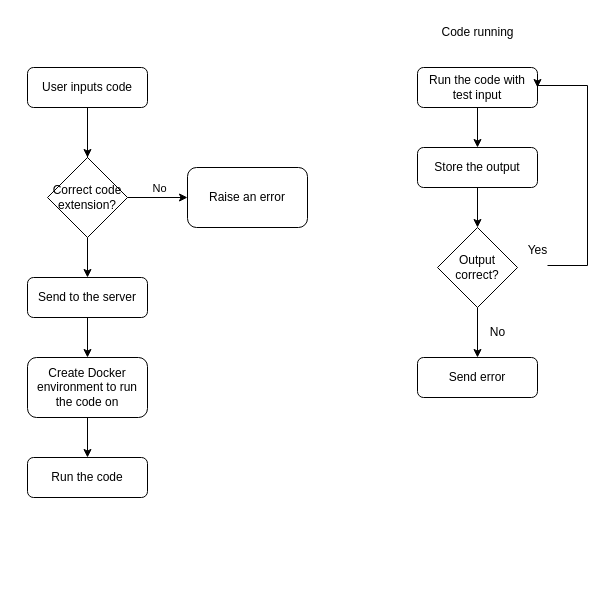
The draw.io diagram DockerFlowchart.drawio in A13k5-5/CodeProfesseur, before the edit. Source tidied: cells renumbered, new cells numbered last; positions are measured from the earlier drawing's top-left corner, leaving out a move shared by most shapes. Both pictures are drawn from the tidied source at 100%, with x=0, y=0 at pixel (27, 17).
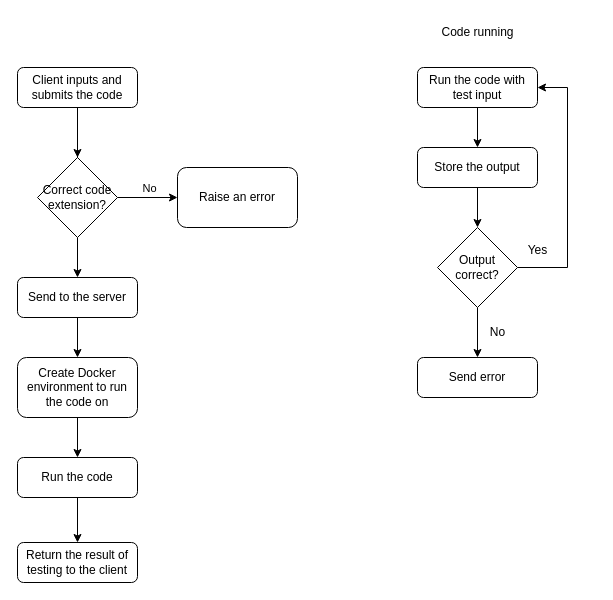
After the change.

Commit message:
General flowchart improved

Unchanged cells that the change refers to:
```xml
<mxCell id="17" value="Run the code with test input" style="rounded=1;whiteSpace=wrap;html=1;" parent="1" vertex="1">
  <mxGeometry x="390" y="50" width="120" height="40" as="geometry" />
</mxCell>
<mxCell id="20" value="Output correct?" style="rhombus;whiteSpace=wrap;html=1;" parent="1" vertex="1">
  <mxGeometry x="410" y="210" width="80" height="80" as="geometry" />
</mxCell>
```

The edit, as a diff of the source:
```diff
@@
     <mxCell id="2" style="edgeStyle=orthogonalEdgeStyle;rounded=0;jettySize=auto;html=1;" parent="1" edge="1" source="8">
       <mxGeometry relative="1" as="geometry">
-        <mxPoint x="60" y="160" as="targetPoint" />
+        <mxPoint x="50" y="160" as="targetPoint" />
       </mxGeometry>
     </mxCell>
-    <mxCell id="3" value="User inputs code" style="rounded=1;whiteSpace=wrap;html=1;" parent="1" vertex="1">
-      <mxGeometry y="50" width="120" height="40" as="geometry" />
+    <mxCell id="3" value="Client inputs and submits the code" style="rounded=1;whiteSpace=wrap;html=1;" parent="1" vertex="1">
+      <mxGeometry x="-10" y="50" width="120" height="40" as="geometry" />
     </mxCell>
@@
     <mxCell id="8" value="Correct code extension?" style="rhombus;whiteSpace=wrap;html=1;" parent="1" vertex="1">
-      <mxGeometry x="20" y="140" width="80" height="80" as="geometry" />
+      <mxGeometry x="10" y="140" width="80" height="80" as="geometry" />
     </mxCell>
     <mxCell id="9" value="Raise an error" style="rounded=1;whiteSpace=wrap;html=1;" parent="1" vertex="1">
-      <mxGeometry x="160" y="150" width="120" height="60" as="geometry" />
+      <mxGeometry x="150" y="150" width="120" height="60" as="geometry" />
     </mxCell>
@@
     <mxCell id="11" value="Send to the server" style="rounded=1;whiteSpace=wrap;html=1;" parent="1" vertex="1">
-      <mxGeometry y="260" width="120" height="40" as="geometry" />
+      <mxGeometry x="-10" y="260" width="120" height="40" as="geometry" />
     </mxCell>
@@
     <mxCell id="13" value="Create Docker environment to run the code on" style="whiteSpace=wrap;html=1;rounded=1;" parent="1" vertex="1">
-      <mxGeometry y="340" width="120" height="60" as="geometry" />
+      <mxGeometry x="-10" y="340" width="120" height="60" as="geometry" />
     </mxCell>
+    <mxCell id="26" style="edgeStyle=orthogonalEdgeStyle;rounded=0;jettySize=auto;html=1;" parent="1" edge="1" source="14" target="28">
+      <mxGeometry relative="1" as="geometry" />
+    </mxCell>
     <mxCell id="14" value="Run the code" style="whiteSpace=wrap;html=1;rounded=1;" parent="1" vertex="1">
-      <mxGeometry y="440" width="120" height="40" as="geometry" />
+      <mxGeometry x="-10" y="440" width="120" height="40" as="geometry" />
     </mxCell>
@@
-    <mxCell id="19" style="edgeStyle=orthogonalEdgeStyle;rounded=0;jettySize=auto;html=1;entryX=1;entryY=0.5;entryDx=0;entryDy=0;" parent="1" edge="1" target="17">
-      <mxGeometry relative="1" as="geometry">
-        <mxPoint x="520" y="248" as="sourcePoint" />
-        <Array as="points">
-          <mxPoint x="560" y="248" />
-          <mxPoint x="560" y="68" />
-          <mxPoint x="510" y="68" />
-        </Array>
-      </mxGeometry>
-    </mxCell>
+    <mxCell id="27" style="edgeStyle=orthogonalEdgeStyle;rounded=0;jettySize=auto;html=1;exitX=1;exitY=0.5;exitDx=0;exitDy=0;entryX=1;entryY=0.5;entryDx=0;entryDy=0;" parent="1" edge="1" source="20" target="17">
+      <mxGeometry relative="1" as="geometry">
+        <Array as="points">
+          <mxPoint x="540" y="250" />
+          <mxPoint x="540" y="70" />
+        </Array>
+      </mxGeometry>
+    </mxCell>
@@
+    <mxCell id="28" value="Return the result of testing to the client" style="whiteSpace=wrap;html=1;rounded=1;" parent="1" vertex="1">
+      <mxGeometry x="-10" y="525" width="120" height="40" as="geometry" />
+    </mxCell>
```
